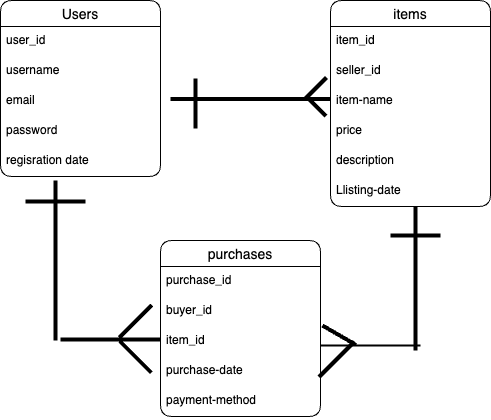
Before: furima.png, a diagram exported from draw.io (koshiro0322/furima-40532). Source tidied: cells renumbered, new cells last; positions are measured from the earlier drawing's top-left corner, leaving out a move shared by most shapes. Its diagram source:
```xml
<mxGraphModel>
  <root>
    <mxCell id="0" />
    <mxCell id="1" parent="0" />
    <mxCell id="2" value="Users" style="swimlane;fontStyle=0;horizontal=1;startSize=26;align=center;fontSize=14;rounded=1;" parent="1" vertex="1">
      <mxGeometry width="160" height="176" as="geometry" />
    </mxCell>
    <mxCell id="3" value="user_id" style="text;strokeColor=none;fillColor=none;spacingLeft=4;spacingRight=4;overflow=hidden;fontSize=12;rounded=1;" parent="2" vertex="1">
      <mxGeometry y="26" width="160" height="30" as="geometry" />
    </mxCell>
    <mxCell id="4" value="username" style="text;strokeColor=none;fillColor=none;spacingLeft=4;spacingRight=4;overflow=hidden;fontSize=12;rounded=1;" parent="2" vertex="1">
      <mxGeometry y="56" width="160" height="30" as="geometry" />
    </mxCell>
    <mxCell id="5" value="email" style="text;strokeColor=none;fillColor=none;spacingLeft=4;spacingRight=4;overflow=hidden;fontSize=12;rounded=1;" parent="2" vertex="1">
      <mxGeometry y="86" width="160" height="30" as="geometry" />
    </mxCell>
    <mxCell id="6" value="password" style="text;strokeColor=none;fillColor=none;spacingLeft=4;spacingRight=4;overflow=hidden;fontSize=12;rounded=1;" parent="2" vertex="1">
      <mxGeometry y="116" width="160" height="30" as="geometry" />
    </mxCell>
    <mxCell id="7" value="regisration date" style="text;strokeColor=none;fillColor=none;spacingLeft=4;spacingRight=4;overflow=hidden;fontSize=12;rounded=1;" parent="2" vertex="1">
      <mxGeometry y="146" width="160" height="30" as="geometry" />
    </mxCell>
    <mxCell id="8" value="items" style="swimlane;fontStyle=0;horizontal=1;startSize=26;align=center;fontSize=14;rounded=1;" parent="1" vertex="1">
      <mxGeometry x="330" width="160" height="206" as="geometry" />
    </mxCell>
    <mxCell id="9" value="item_id" style="text;strokeColor=none;fillColor=none;spacingLeft=4;spacingRight=4;overflow=hidden;fontSize=12;rounded=1;" parent="8" vertex="1">
      <mxGeometry y="26" width="160" height="30" as="geometry" />
    </mxCell>
    <mxCell id="10" value="seller_id" style="text;strokeColor=none;fillColor=none;spacingLeft=4;spacingRight=4;overflow=hidden;fontSize=12;rounded=1;" parent="8" vertex="1">
      <mxGeometry y="56" width="160" height="30" as="geometry" />
    </mxCell>
    <mxCell id="11" value="item-name" style="text;strokeColor=none;fillColor=none;spacingLeft=4;spacingRight=4;overflow=hidden;fontSize=12;rounded=1;" parent="8" vertex="1">
      <mxGeometry y="86" width="160" height="30" as="geometry" />
    </mxCell>
    <mxCell id="12" value="price" style="text;strokeColor=none;fillColor=none;spacingLeft=4;spacingRight=4;overflow=hidden;fontSize=12;rounded=1;" parent="8" vertex="1">
      <mxGeometry y="116" width="160" height="30" as="geometry" />
    </mxCell>
    <mxCell id="13" value="description" style="text;strokeColor=none;fillColor=none;spacingLeft=4;spacingRight=4;overflow=hidden;fontSize=12;rounded=1;" parent="8" vertex="1">
      <mxGeometry y="146" width="160" height="30" as="geometry" />
    </mxCell>
    <mxCell id="14" value="Llisting-date" style="text;strokeColor=none;fillColor=none;spacingLeft=4;spacingRight=4;overflow=hidden;fontSize=12;rounded=1;" parent="8" vertex="1">
      <mxGeometry y="176" width="160" height="30" as="geometry" />
    </mxCell>
    <mxCell id="15" value="purchases" style="swimlane;fontStyle=0;horizontal=1;startSize=26;align=center;fontSize=14;rounded=1;" parent="1" vertex="1">
      <mxGeometry x="160" y="240" width="160" height="176" as="geometry" />
    </mxCell>
    <mxCell id="16" value="purchase_id" style="text;strokeColor=none;fillColor=none;spacingLeft=4;spacingRight=4;overflow=hidden;fontSize=12;rounded=1;" parent="15" vertex="1">
      <mxGeometry y="26" width="160" height="30" as="geometry" />
    </mxCell>
    <mxCell id="17" value="buyer_id" style="text;strokeColor=none;fillColor=none;spacingLeft=4;spacingRight=4;overflow=hidden;fontSize=12;rounded=1;" parent="15" vertex="1">
      <mxGeometry y="56" width="160" height="30" as="geometry" />
    </mxCell>
    <mxCell id="18" value="item_id" style="text;strokeColor=none;fillColor=none;spacingLeft=4;spacingRight=4;overflow=hidden;fontSize=12;rounded=1;" parent="15" vertex="1">
      <mxGeometry y="86" width="160" height="30" as="geometry" />
    </mxCell>
    <mxCell id="19" value="purchase-date" style="text;strokeColor=none;fillColor=none;spacingLeft=4;spacingRight=4;overflow=hidden;fontSize=12;rounded=1;" parent="15" vertex="1">
      <mxGeometry y="116" width="160" height="30" as="geometry" />
    </mxCell>
    <mxCell id="20" value="payment-method" style="text;strokeColor=none;fillColor=none;spacingLeft=4;spacingRight=4;overflow=hidden;fontSize=12;rounded=1;" parent="15" vertex="1">
      <mxGeometry y="146" width="160" height="30" as="geometry" />
    </mxCell>
    <mxCell id="21" style="line;strokeWidth=2;html=1;rounded=1;" parent="1" vertex="1">
      <mxGeometry x="320" y="340" width="100" height="10" as="geometry" />
    </mxCell>
    <mxCell id="22" style="line;strokeWidth=4;direction=south;html=1;perimeter=backbonePerimeter;rounded=1;rotation=45;" parent="1" vertex="1">
      <mxGeometry x="310" y="72.4" width="10" height="31.2" as="geometry" />
    </mxCell>
    <mxCell id="23" style="line;strokeWidth=4;html=1;perimeter=backbonePerimeter;rounded=1;" parent="1" vertex="1">
      <mxGeometry x="170" y="93.6" width="160" height="10" as="geometry" />
    </mxCell>
    <mxCell id="24" style="line;strokeWidth=4;direction=south;html=1;perimeter=backbonePerimeter;rounded=1;rotation=-45;" parent="1" vertex="1">
      <mxGeometry x="311.2" y="93.1" width="10" height="26.4" as="geometry" />
    </mxCell>
    <mxCell id="25" style="line;strokeWidth=4;direction=south;html=1;perimeter=backbonePerimeter;rounded=1;" parent="1" vertex="1">
      <mxGeometry x="190" y="78" width="10" height="50" as="geometry" />
    </mxCell>
    <mxCell id="26" style="line;strokeWidth=4;direction=south;html=1;perimeter=backbonePerimeter;rounded=1;" parent="1" vertex="1">
      <mxGeometry x="410" y="206" width="10" height="144" as="geometry" />
    </mxCell>
    <mxCell id="27" style="line;strokeWidth=4;html=1;perimeter=backbonePerimeter;rounded=1;" parent="1" vertex="1">
      <mxGeometry x="390" y="230" width="50" height="10" as="geometry" />
    </mxCell>
    <mxCell id="28" style="line;strokeWidth=4;html=1;perimeter=backbonePerimeter;rounded=1;rotation=30;" parent="1" vertex="1">
      <mxGeometry x="319.3" y="329.7" width="38.8" height="10" as="geometry" />
    </mxCell>
    <mxCell id="29" style="line;strokeWidth=4;direction=south;html=1;perimeter=backbonePerimeter;rounded=1;rotation=45;" parent="1" vertex="1">
      <mxGeometry x="331.1" y="333.9" width="10" height="50" as="geometry" />
    </mxCell>
    <mxCell id="30" style="line;strokeWidth=4;direction=south;html=1;perimeter=backbonePerimeter;rounded=1;" parent="1" vertex="1">
      <mxGeometry x="50" y="180" width="10" height="160" as="geometry" />
    </mxCell>
    <mxCell id="31" style="line;strokeWidth=4;html=1;perimeter=backbonePerimeter;rounded=1;" parent="1" vertex="1">
      <mxGeometry x="60" y="333.9" width="100" height="10" as="geometry" />
    </mxCell>
    <mxCell id="32" style="line;strokeWidth=4;direction=south;html=1;perimeter=backbonePerimeter;rounded=1;rotation=45;" parent="1" vertex="1">
      <mxGeometry x="130" y="297.9" width="10" height="46" as="geometry" />
    </mxCell>
    <mxCell id="33" style="line;strokeWidth=4;direction=south;html=1;perimeter=backbonePerimeter;rounded=1;rotation=-45;" parent="1" vertex="1">
      <mxGeometry x="130" y="333.9" width="10" height="45" as="geometry" />
    </mxCell>
    <mxCell id="34" style="line;strokeWidth=4;html=1;perimeter=backbonePerimeter;rounded=1;" parent="1" vertex="1">
      <mxGeometry x="25" y="196" width="60" height="10" as="geometry" />
    </mxCell>
  </root>
</mxGraphModel>
```
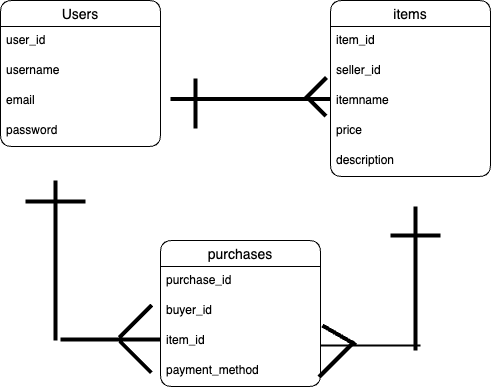
Above is the later version.

Diff of the diagram source:
```diff
@@ -3,7 +3,7 @@
     <mxCell id="0" />
     <mxCell id="1" parent="0" />
     <mxCell id="2" value="Users" style="swimlane;fontStyle=0;horizontal=1;startSize=26;align=center;fontSize=14;rounded=1;" parent="1" vertex="1">
-      <mxGeometry width="160" height="176" as="geometry" />
+      <mxGeometry width="160" height="146" as="geometry" />
     </mxCell>
     <mxCell id="3" value="user_id" style="text;strokeColor=none;fillColor=none;spacingLeft=4;spacingRight=4;overflow=hidden;fontSize=12;rounded=1;" parent="2" vertex="1">
       <mxGeometry y="26" width="160" height="30" as="geometry" />
@@ -17,11 +17,8 @@
     <mxCell id="6" value="password" style="text;strokeColor=none;fillColor=none;spacingLeft=4;spacingRight=4;overflow=hidden;fontSize=12;rounded=1;" parent="2" vertex="1">
       <mxGeometry y="116" width="160" height="30" as="geometry" />
     </mxCell>
-    <mxCell id="7" value="regisration date" style="text;strokeColor=none;fillColor=none;spacingLeft=4;spacingRight=4;overflow=hidden;fontSize=12;rounded=1;" parent="2" vertex="1">
-      <mxGeometry y="146" width="160" height="30" as="geometry" />
-    </mxCell>
     <mxCell id="8" value="items" style="swimlane;fontStyle=0;horizontal=1;startSize=26;align=center;fontSize=14;rounded=1;" parent="1" vertex="1">
-      <mxGeometry x="330" width="160" height="206" as="geometry" />
+      <mxGeometry x="330" width="160" height="176" as="geometry" />
     </mxCell>
     <mxCell id="9" value="item_id" style="text;strokeColor=none;fillColor=none;spacingLeft=4;spacingRight=4;overflow=hidden;fontSize=12;rounded=1;" parent="8" vertex="1">
       <mxGeometry y="26" width="160" height="30" as="geometry" />
@@ -29,7 +26,7 @@
     <mxCell id="10" value="seller_id" style="text;strokeColor=none;fillColor=none;spacingLeft=4;spacingRight=4;overflow=hidden;fontSize=12;rounded=1;" parent="8" vertex="1">
       <mxGeometry y="56" width="160" height="30" as="geometry" />
     </mxCell>
-    <mxCell id="11" value="item-name" style="text;strokeColor=none;fillColor=none;spacingLeft=4;spacingRight=4;overflow=hidden;fontSize=12;rounded=1;" parent="8" vertex="1">
+    <mxCell id="11" value="itemname" style="text;strokeColor=none;fillColor=none;spacingLeft=4;spacingRight=4;overflow=hidden;fontSize=12;rounded=1;" parent="8" vertex="1">
       <mxGeometry y="86" width="160" height="30" as="geometry" />
     </mxCell>
     <mxCell id="12" value="price" style="text;strokeColor=none;fillColor=none;spacingLeft=4;spacingRight=4;overflow=hidden;fontSize=12;rounded=1;" parent="8" vertex="1">
@@ -38,11 +35,8 @@
     <mxCell id="13" value="description" style="text;strokeColor=none;fillColor=none;spacingLeft=4;spacingRight=4;overflow=hidden;fontSize=12;rounded=1;" parent="8" vertex="1">
       <mxGeometry y="146" width="160" height="30" as="geometry" />
     </mxCell>
-    <mxCell id="14" value="Llisting-date" style="text;strokeColor=none;fillColor=none;spacingLeft=4;spacingRight=4;overflow=hidden;fontSize=12;rounded=1;" parent="8" vertex="1">
-      <mxGeometry y="176" width="160" height="30" as="geometry" />
-    </mxCell>
     <mxCell id="15" value="purchases" style="swimlane;fontStyle=0;horizontal=1;startSize=26;align=center;fontSize=14;rounded=1;" parent="1" vertex="1">
-      <mxGeometry x="160" y="240" width="160" height="176" as="geometry" />
+      <mxGeometry x="160" y="240" width="160" height="146" as="geometry" />
     </mxCell>
     <mxCell id="16" value="purchase_id" style="text;strokeColor=none;fillColor=none;spacingLeft=4;spacingRight=4;overflow=hidden;fontSize=12;rounded=1;" parent="15" vertex="1">
       <mxGeometry y="26" width="160" height="30" as="geometry" />
@@ -53,11 +47,8 @@
     <mxCell id="18" value="item_id" style="text;strokeColor=none;fillColor=none;spacingLeft=4;spacingRight=4;overflow=hidden;fontSize=12;rounded=1;" parent="15" vertex="1">
       <mxGeometry y="86" width="160" height="30" as="geometry" />
     </mxCell>
-    <mxCell id="19" value="purchase-date" style="text;strokeColor=none;fillColor=none;spacingLeft=4;spacingRight=4;overflow=hidden;fontSize=12;rounded=1;" parent="15" vertex="1">
-      <mxGeometry y="116" width="160" height="30" as="geometry" />
-    </mxCell>
-    <mxCell id="20" value="payment-method" style="text;strokeColor=none;fillColor=none;spacingLeft=4;spacingRight=4;overflow=hidden;fontSize=12;rounded=1;" parent="15" vertex="1">
-      <mxGeometry y="146" width="160" height="30" as="geometry" />
+    <mxCell id="20" value="payment_method" style="text;strokeColor=none;fillColor=none;spacingLeft=4;spacingRight=4;overflow=hidden;fontSize=12;rounded=1;" parent="15" vertex="1">
+      <mxGeometry y="116" width="160" height="30" as="geometry" />
     </mxCell>
     <mxCell id="21" style="line;strokeWidth=2;html=1;rounded=1;" parent="1" vertex="1">
       <mxGeometry x="320" y="340" width="100" height="10" as="geometry" />
```
